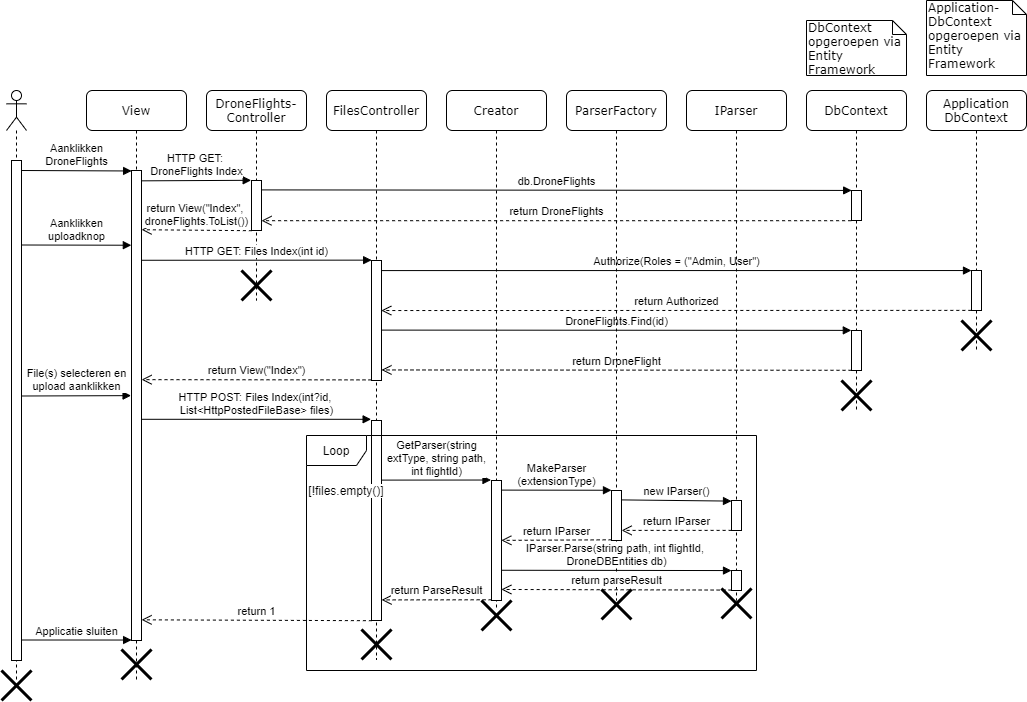
Above: documenten/analyseverslag/sequentiediagram/sequentiediagram_3.png in philipkukoba/Bachelors-Dissertation-DroneWebApp (draw.io), before the change. Source tidied: cells renumbered, new cells last; positions are measured from the earlier drawing's top-left corner, leaving out a move shared by most shapes.
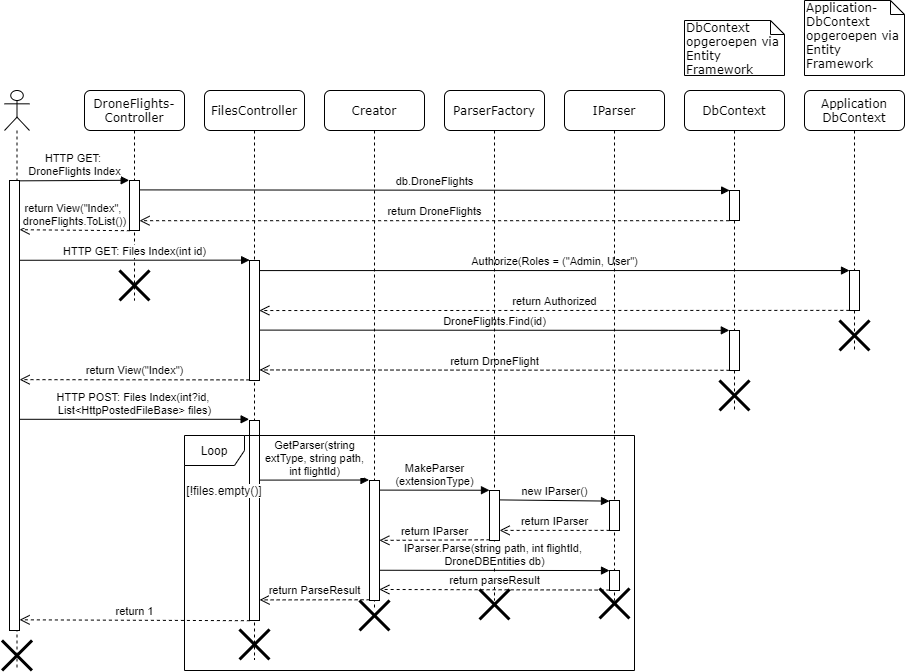
After the commit.

Change to the diagram source:
```diff
@@ -2,15 +2,6 @@
   <root>
     <mxCell id="0" />
     <mxCell id="1" parent="0" />
-    <mxCell id="2" value="View" style="shape=umlLifeline;perimeter=lifelinePerimeter;whiteSpace=wrap;html=1;rounded=1;shadow=0;comic=0;labelBackgroundColor=none;strokeWidth=1;fontFamily=Verdana;fontSize=12;align=center;" parent="1" vertex="1">
-      <mxGeometry x="85" y="90" width="100" height="589" as="geometry" />
-    </mxCell>
-    <mxCell id="3" style="html=1;points=[];perimeter=orthogonalPerimeter;" parent="2" vertex="1">
-      <mxGeometry x="45" y="80" width="10" height="470" as="geometry" />
-    </mxCell>
-    <mxCell id="4" style="shape=umlDestroy;whiteSpace=wrap;html=1;strokeWidth=3;" parent="2" vertex="1">
-      <mxGeometry x="35" y="559" width="30" height="30" as="geometry" />
-    </mxCell>
     <mxCell id="5" value="DroneFlights-&lt;br&gt;Controller" style="shape=umlLifeline;perimeter=lifelinePerimeter;whiteSpace=wrap;html=1;rounded=1;shadow=0;comic=0;labelBackgroundColor=none;strokeWidth=1;fontFamily=Verdana;fontSize=12;align=center;" parent="1" vertex="1">
       <mxGeometry x="205" y="90" width="100" height="210" as="geometry" />
     </mxCell>
@@ -42,16 +33,18 @@
       <mxGeometry x="35" y="230" width="30" height="30" as="geometry" />
     </mxCell>
     <mxCell id="15" style="shape=umlLifeline;participant=umlActor;perimeter=lifelinePerimeter;whiteSpace=wrap;html=1;verticalAlign=top;spacingTop=36;labelBackgroundColor=#ffffff;" parent="1" vertex="1">
-      <mxGeometry x="5" y="90" width="20" height="590" as="geometry" />
+      <mxGeometry x="125" y="90" width="25" height="580" as="geometry" />
     </mxCell>
     <mxCell id="16" style="html=1;points=[];perimeter=orthogonalPerimeter;" parent="15" vertex="1">
-      <mxGeometry x="5" y="70" width="10" height="500" as="geometry" />
+      <mxGeometry x="5" y="90" width="10" height="450" as="geometry" />
     </mxCell>
-    <mxCell id="17" value="Aanklikken&lt;br&gt;DroneFlights" style="html=1;verticalAlign=bottom;endArrow=block;exitX=1.011;exitY=0.02;exitDx=0;exitDy=0;exitPerimeter=0;entryX=0.01;entryY=0.001;entryDx=0;entryDy=0;entryPerimeter=0;" parent="1" edge="1" source="16" target="3">
-      <mxGeometry relative="1" as="geometry" />
-    </mxCell>
+    <mxCell id="56" style="shape=umlDestroy;whiteSpace=wrap;html=1;strokeWidth=3;" parent="15" vertex="1">
+      <mxGeometry x="-2.5" y="550" width="30" height="30" as="geometry" />
+    </mxCell>
-    <mxCell id="18" value="HTTP GET: &lt;br&gt;DroneFlights Index" style="html=1;verticalAlign=bottom;endArrow=block;exitX=0.983;exitY=0.022;exitDx=0;exitDy=0;exitPerimeter=0;entryX=-0.033;entryY=-0.004;entryDx=0;entryDy=0;entryPerimeter=0;" parent="1" edge="1" source="3" target="6">
-      <mxGeometry relative="1" as="geometry" />
+    <mxCell id="18" value="HTTP GET: &lt;br&gt;DroneFlights Index" style="html=1;verticalAlign=bottom;endArrow=block;exitX=0.983;exitY=0.022;exitDx=0;exitDy=0;exitPerimeter=0;entryX=-0.033;entryY=-0.004;entryDx=0;entryDy=0;entryPerimeter=0;" parent="1" edge="1" target="6">
+      <mxGeometry relative="1" as="geometry">
+        <mxPoint x="139.8" y="180.3" as="sourcePoint" />
+      </mxGeometry>
     </mxCell>
     <mxCell id="19" value="DbContext opgeroepen via Entity Framework" style="shape=note;whiteSpace=wrap;html=1;size=14;verticalAlign=top;align=left;spacingTop=-6;rounded=0;shadow=0;comic=0;labelBackgroundColor=none;strokeWidth=1;fontFamily=Verdana;fontSize=12;" parent="1" vertex="1">
       <mxGeometry x="805" y="20" width="100" height="55" as="geometry" />
@@ -62,12 +55,11 @@
     <mxCell id="21" value="return DroneFlights" style="html=1;verticalAlign=bottom;endArrow=open;dashed=1;endSize=8;exitX=-0.04;exitY=1.007;exitDx=0;exitDy=0;exitPerimeter=0;entryX=1;entryY=0.804;entryDx=0;entryDy=0;entryPerimeter=0;" parent="1" edge="1" source="9" target="6">
       <mxGeometry relative="1" as="geometry" />
     </mxCell>
-    <mxCell id="22" value="return View(&quot;Index&quot;, &lt;br&gt;droneFlights.ToList())" style="html=1;verticalAlign=bottom;endArrow=open;dashed=1;endSize=8;exitX=0.04;exitY=1.004;exitDx=0;exitDy=0;exitPerimeter=0;entryX=1.011;entryY=0.126;entryDx=0;entryDy=0;entryPerimeter=0;" parent="1" edge="1" source="6" target="3">
-      <mxGeometry relative="1" as="geometry" />
+    <mxCell id="22" value="return View(&quot;Index&quot;, &lt;br&gt;droneFlights.ToList())" style="html=1;verticalAlign=bottom;endArrow=open;dashed=1;endSize=8;exitX=0.04;exitY=1.004;exitDx=0;exitDy=0;exitPerimeter=0;entryX=1.011;entryY=0.126;entryDx=0;entryDy=0;entryPerimeter=0;" parent="1" edge="1" source="6">
+      <mxGeometry relative="1" as="geometry">
+        <mxPoint x="140.1" y="229.2" as="targetPoint" />
+      </mxGeometry>
     </mxCell>
-    <mxCell id="23" value="Aanklikken&lt;br&gt;uploadknop" style="html=1;verticalAlign=bottom;endArrow=block;exitX=0.979;exitY=0.169;exitDx=0;exitDy=0;exitPerimeter=0;entryX=-0.017;entryY=0.159;entryDx=0;entryDy=0;entryPerimeter=0;" parent="1" edge="1" source="16" target="3">
-      <mxGeometry relative="1" as="geometry" />
-    </mxCell>
     <mxCell id="24" value="Application-DbContext opgeroepen via Entity Framework" style="shape=note;whiteSpace=wrap;html=1;size=14;verticalAlign=top;align=left;spacingTop=-6;rounded=0;shadow=0;comic=0;labelBackgroundColor=none;strokeWidth=1;fontFamily=Verdana;fontSize=12;" parent="1" vertex="1">
       <mxGeometry x="925" width="100" height="75" as="geometry" />
     </mxCell>
@@ -83,8 +75,10 @@
     <mxCell id="28" style="shape=umlDestroy;whiteSpace=wrap;html=1;strokeWidth=3;" parent="25" vertex="1">
       <mxGeometry x="35" y="539" width="30" height="30" as="geometry" />
     </mxCell>
-    <mxCell id="29" value="HTTP GET: Files Index(int id)" style="html=1;verticalAlign=bottom;endArrow=block;exitX=1.01;exitY=0.191;exitDx=0;exitDy=0;exitPerimeter=0;entryX=0.014;entryY=-0.003;entryDx=0;entryDy=0;entryPerimeter=0;" parent="1" edge="1" source="3" target="26">
-      <mxGeometry relative="1" as="geometry" />
+    <mxCell id="29" value="HTTP GET: Files Index(int id)" style="html=1;verticalAlign=bottom;endArrow=block;exitX=1.01;exitY=0.191;exitDx=0;exitDy=0;exitPerimeter=0;entryX=0.014;entryY=-0.003;entryDx=0;entryDy=0;entryPerimeter=0;" parent="1" edge="1" target="26">
+      <mxGeometry relative="1" as="geometry">
+        <mxPoint x="140.1" y="259.8" as="sourcePoint" />
+      </mxGeometry>
     </mxCell>
     <mxCell id="30" value="Authorize(Roles = (&quot;Admin, User&quot;)" style="html=1;verticalAlign=bottom;endArrow=block;exitX=1.048;exitY=0.084;exitDx=0;exitDy=0;exitPerimeter=0;entryX=0;entryY=0.001;entryDx=0;entryDy=0;entryPerimeter=0;" parent="1" edge="1" source="26" target="13">
       <mxGeometry relative="1" as="geometry" />
@@ -98,14 +92,15 @@
     <mxCell id="33" value="return DroneFlight" style="html=1;verticalAlign=bottom;endArrow=open;dashed=1;endSize=8;exitX=0;exitY=0.995;exitDx=0;exitDy=0;exitPerimeter=0;entryX=1;entryY=0.912;entryDx=0;entryDy=0;entryPerimeter=0;" parent="1" edge="1" source="10" target="26">
       <mxGeometry relative="1" as="geometry" />
     </mxCell>
-    <mxCell id="34" value="return View(&quot;Index&quot;)" style="html=1;verticalAlign=bottom;endArrow=open;dashed=1;endSize=8;entryX=1.01;entryY=0.445;entryDx=0;entryDy=0;entryPerimeter=0;exitX=0;exitY=0.995;exitDx=0;exitDy=0;exitPerimeter=0;" parent="1" edge="1" source="26" target="3">
-      <mxGeometry relative="1" as="geometry" />
+    <mxCell id="34" value="return View(&quot;Index&quot;)" style="html=1;verticalAlign=bottom;endArrow=open;dashed=1;endSize=8;entryX=1.01;entryY=0.445;entryDx=0;entryDy=0;entryPerimeter=0;exitX=0;exitY=0.995;exitDx=0;exitDy=0;exitPerimeter=0;" parent="1" edge="1" source="26">
+      <mxGeometry relative="1" as="geometry">
+        <mxPoint x="140.1" y="379.2" as="targetPoint" />
+      </mxGeometry>
     </mxCell>
-    <mxCell id="35" value="File(s) selecteren en&lt;br&gt;upload aanklikken" style="html=1;verticalAlign=bottom;endArrow=block;entryX=-0.043;entryY=0.479;entryDx=0;entryDy=0;entryPerimeter=0;exitX=0.986;exitY=0.471;exitDx=0;exitDy=0;exitPerimeter=0;" parent="1" edge="1" source="16" target="3">
-      <mxGeometry relative="1" as="geometry" />
-    </mxCell>
-    <mxCell id="36" value="HTTP POST: Files Index(int?id,&amp;nbsp;&lt;br&gt;List&amp;lt;HttpPostedFileBase&amp;gt; files)" style="html=1;verticalAlign=bottom;endArrow=block;entryX=-0.038;entryY=-0.006;entryDx=0;entryDy=0;entryPerimeter=0;" parent="1" edge="1" source="3" target="27">
-      <mxGeometry relative="1" as="geometry" />
+    <mxCell id="36" value="HTTP POST: Files Index(int?id,&amp;nbsp;&lt;br&gt;List&amp;lt;HttpPostedFileBase&amp;gt; files)" style="html=1;verticalAlign=bottom;endArrow=block;entryX=-0.038;entryY=-0.006;entryDx=0;entryDy=0;entryPerimeter=0;" parent="1" edge="1" target="27">
+      <mxGeometry relative="1" as="geometry">
+        <mxPoint x="140" y="418.8" as="sourcePoint" />
+      </mxGeometry>
     </mxCell>
     <mxCell id="37" value="IParser" style="shape=umlLifeline;perimeter=lifelinePerimeter;whiteSpace=wrap;html=1;rounded=1;shadow=0;comic=0;labelBackgroundColor=none;strokeWidth=1;fontFamily=Verdana;fontSize=12;align=center;" parent="1" vertex="1">
       <mxGeometry x="685" y="90" width="100" height="510" as="geometry" />
@@ -158,15 +153,11 @@
     <mxCell id="53" value="&lt;span style=&quot;background-color: rgb(255 , 255 , 255)&quot;&gt;[!files.empty()]&lt;/span&gt;" style="text;html=1;strokeColor=none;fillColor=none;align=center;verticalAlign=middle;whiteSpace=wrap;rounded=0;" parent="1" vertex="1">
       <mxGeometry x="325" y="480" width="40" height="20" as="geometry" />
     </mxCell>
-    <mxCell id="54" value="return 1" style="html=1;verticalAlign=bottom;endArrow=open;dashed=1;endSize=8;exitX=0.04;exitY=1.001;exitDx=0;exitDy=0;exitPerimeter=0;entryX=1.01;entryY=0.956;entryDx=0;entryDy=0;entryPerimeter=0;" parent="1" edge="1" source="27" target="3">
-      <mxGeometry relative="1" as="geometry" />
+    <mxCell id="54" value="return 1" style="html=1;verticalAlign=bottom;endArrow=open;dashed=1;endSize=8;exitX=0.04;exitY=1.001;exitDx=0;exitDy=0;exitPerimeter=0;entryX=1.01;entryY=0.956;entryDx=0;entryDy=0;entryPerimeter=0;" parent="1" edge="1" source="27">
+      <mxGeometry relative="1" as="geometry">
+        <mxPoint x="140.1" y="619.3" as="targetPoint" />
+      </mxGeometry>
     </mxCell>
-    <mxCell id="55" value="Applicatie sluiten" style="html=1;verticalAlign=bottom;endArrow=block;exitX=1.01;exitY=0.959;exitDx=0;exitDy=0;exitPerimeter=0;entryX=0.01;entryY=0.999;entryDx=0;entryDy=0;entryPerimeter=0;" parent="1" edge="1" source="16" target="3">
-      <mxGeometry relative="1" as="geometry" />
-    </mxCell>
-    <mxCell id="56" style="shape=umlDestroy;whiteSpace=wrap;html=1;strokeWidth=3;" parent="1" vertex="1">
-      <mxGeometry y="670" width="30" height="30" as="geometry" />
-    </mxCell>
     <mxCell id="57" style="shape=umlDestroy;whiteSpace=wrap;html=1;strokeWidth=3;" parent="1" vertex="1">
       <mxGeometry x="480" y="600" width="30" height="30" as="geometry" />
     </mxCell>
```
